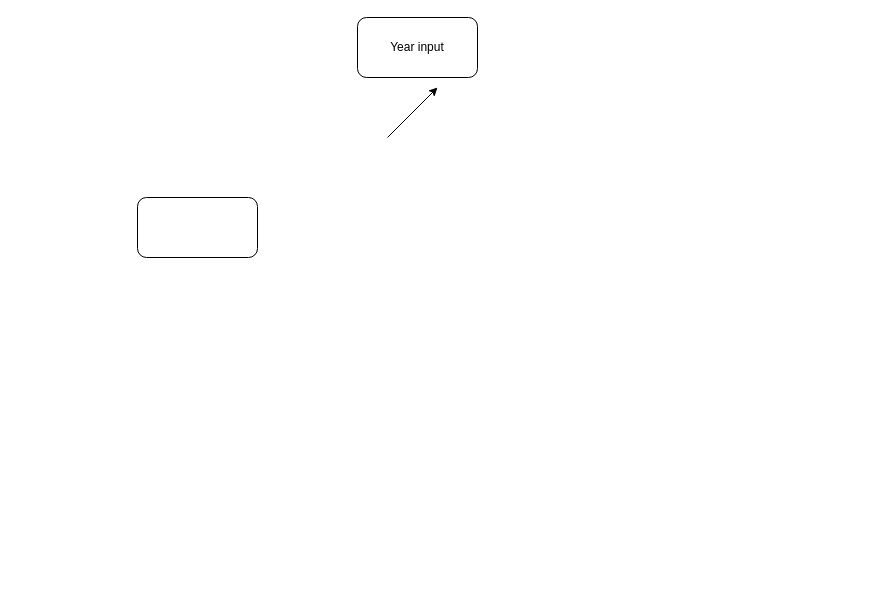
This is Untitled Diagram.drawio from hoangvo138/Leap-year-Identifier, a draw.io file, before an edit. Source tidied: cells renumbered, new cells numbered last; positions are measured from the earlier drawing's top-left corner, leaving out a move shared by most shapes. Both pictures are drawn from the tidied source at 100%, with x=0, y=0 at pixel (137, 17).
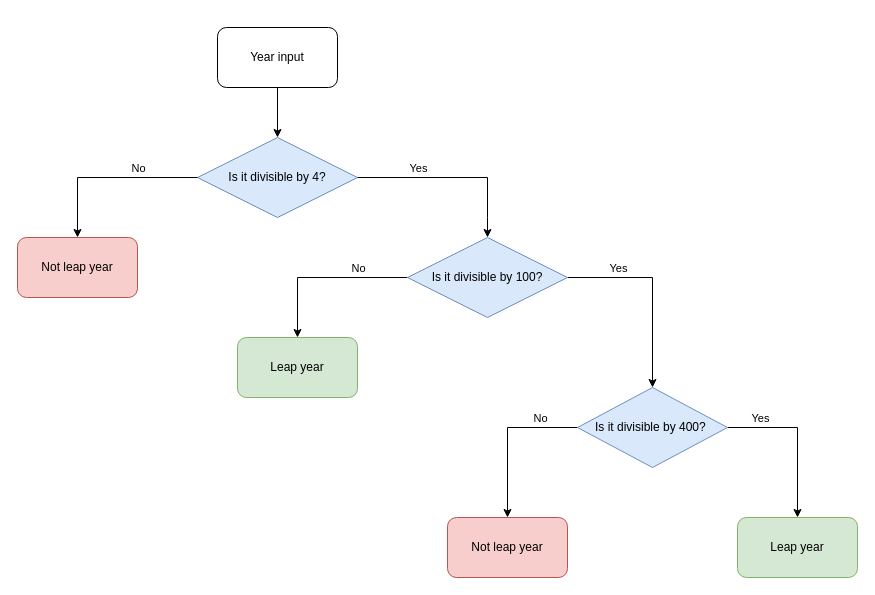
The same page after the edit.

Commit message:
Leap year flow chart

Diff of the diagram source:
```diff
@@
     <mxCell id="2" value="Year input" style="rounded=1;whiteSpace=wrap;html=1;" parent="1" vertex="1">
-      <mxGeometry x="220" width="120" height="60" as="geometry" />
+      <mxGeometry x="80" y="10" width="120" height="60" as="geometry" />
     </mxCell>
-    <mxCell id="3" style="rounded=1;whiteSpace=wrap;html=1;" parent="1" vertex="1">
-      <mxGeometry y="180" width="120" height="60" as="geometry" />
+    <mxCell id="3" value="Not leap year" style="rounded=1;whiteSpace=wrap;html=1;fillColor=#f8cecc;strokeColor=#b85450;" parent="1" vertex="1">
+      <mxGeometry x="-120" y="220" width="120" height="60" as="geometry" />
     </mxCell>
-    <mxCell id="4" style="endArrow=classic;html=1;rounded=0;" parent="1" edge="1">
-      <mxGeometry relative="1" as="geometry">
-        <mxPoint x="250" y="120" as="sourcePoint" />
-        <mxPoint x="300" y="70" as="targetPoint" />
-      </mxGeometry>
-    </mxCell>
+    <mxCell id="5" value="Is it divisible by 4?" style="rhombus;whiteSpace=wrap;html=1;fillColor=#dae8fc;strokeColor=#6c8ebf;" parent="1" vertex="1">
+      <mxGeometry x="60" y="120" width="160" height="80" as="geometry" />
+    </mxCell>
+    <mxCell id="6" style="endArrow=classic;html=1;rounded=0;exitX=0.5;exitY=1;exitDx=0;exitDy=0;" parent="1" edge="1" source="2" target="5">
+      <mxGeometry relative="1" as="geometry" />
+    </mxCell>
+    <mxCell id="7" style="endArrow=classic;html=1;rounded=0;exitX=0;exitY=0.5;exitDx=0;exitDy=0;entryX=0.5;entryY=0;entryDx=0;entryDy=0;" parent="1" edge="1" source="5" target="3">
+      <mxGeometry relative="1" as="geometry">
+        <Array as="points">
+          <mxPoint x="-60" y="160" />
+        </Array>
+      </mxGeometry>
+    </mxCell>
+    <mxCell id="8" value="No" style="edgeLabel;html=1;align=center;verticalAlign=middle;" parent="7" vertex="1">
+      <mxGeometry x="-0.12" y="-2" relative="1" as="geometry">
+        <mxPoint x="19" y="-8" as="offset" />
+      </mxGeometry>
+    </mxCell>
+    <mxCell id="9" style="edgeStyle=orthogonalEdgeStyle;rounded=0;jettySize=auto;html=1;exitX=0;exitY=0.5;exitDx=0;exitDy=0;entryX=0.5;entryY=0;entryDx=0;entryDy=0;" parent="1" edge="1" source="13" target="16">
+      <mxGeometry relative="1" as="geometry">
+        <Array as="points">
+          <mxPoint x="160" y="260" />
+        </Array>
+      </mxGeometry>
+    </mxCell>
+    <mxCell id="10" value="No" style="edgeLabel;html=1;align=center;verticalAlign=middle;" parent="9" vertex="1">
+      <mxGeometry x="-0.22" y="-2" relative="1" as="geometry">
+        <mxPoint x="16" y="-8" as="offset" />
+      </mxGeometry>
+    </mxCell>
+    <mxCell id="11" style="edgeStyle=orthogonalEdgeStyle;rounded=0;jettySize=auto;html=1;entryX=0.5;entryY=0;entryDx=0;entryDy=0;" parent="1" edge="1" source="13" target="21">
+      <mxGeometry relative="1" as="geometry" />
+    </mxCell>
+    <mxCell id="12" value="Yes" style="edgeLabel;html=1;align=center;verticalAlign=middle;" parent="11" vertex="1">
+      <mxGeometry x="-0.66" y="3" relative="1" as="geometry">
+        <mxPoint x="17" y="-7" as="offset" />
+      </mxGeometry>
+    </mxCell>
+    <mxCell id="13" value="Is it divisible by 100?" style="rhombus;whiteSpace=wrap;html=1;fillColor=#dae8fc;strokeColor=#6c8ebf;" parent="1" vertex="1">
+      <mxGeometry x="270" y="220" width="160" height="80" as="geometry" />
+    </mxCell>
+    <mxCell id="14" style="endArrow=classic;html=1;rounded=0;entryX=0.5;entryY=0;entryDx=0;entryDy=0;exitX=1;exitY=0.5;exitDx=0;exitDy=0;" parent="1" edge="1" source="5" target="13">
+      <mxGeometry relative="1" as="geometry">
+        <Array as="points">
+          <mxPoint x="350" y="160" />
+          <mxPoint x="350" y="200" />
+        </Array>
+      </mxGeometry>
+    </mxCell>
+    <mxCell id="15" value="Yes" style="edgeLabel;html=1;align=center;verticalAlign=middle;" parent="14" vertex="1">
+      <mxGeometry x="0.21" relative="1" as="geometry">
+        <mxPoint x="-55" y="-10" as="offset" />
+      </mxGeometry>
+    </mxCell>
+    <mxCell id="16" value="Leap year" style="rounded=1;whiteSpace=wrap;html=1;fillColor=#d5e8d4;strokeColor=#82b366;" parent="1" vertex="1">
+      <mxGeometry x="100" y="320" width="120" height="60" as="geometry" />
+    </mxCell>
+    <mxCell id="17" style="edgeStyle=orthogonalEdgeStyle;rounded=0;jettySize=auto;html=1;" parent="1" edge="1" source="21" target="22">
+      <mxGeometry relative="1" as="geometry" />
+    </mxCell>
+    <mxCell id="18" value="No" style="edgeLabel;html=1;align=center;verticalAlign=middle;" parent="17" vertex="1">
+      <mxGeometry x="-0.53" relative="1" as="geometry">
+        <mxPoint y="-10" as="offset" />
+      </mxGeometry>
+    </mxCell>
+    <mxCell id="19" style="edgeStyle=orthogonalEdgeStyle;rounded=0;jettySize=auto;html=1;entryX=0.5;entryY=0;entryDx=0;entryDy=0;" parent="1" edge="1" source="21" target="23">
+      <mxGeometry relative="1" as="geometry" />
+    </mxCell>
+    <mxCell id="20" value="Yes" style="edgeLabel;html=1;align=center;verticalAlign=middle;rotation=0;" parent="19" vertex="1">
+      <mxGeometry x="-0.6" relative="1" as="geometry">
+        <mxPoint y="-10" as="offset" />
+      </mxGeometry>
+    </mxCell>
+    <mxCell id="21" value="Is it divisible by 400?&amp;nbsp;" style="rhombus;whiteSpace=wrap;html=1;fillColor=#dae8fc;strokeColor=#6c8ebf;" parent="1" vertex="1">
+      <mxGeometry x="440" y="370" width="150" height="80" as="geometry" />
+    </mxCell>
+    <mxCell id="22" value="Not leap year" style="rounded=1;whiteSpace=wrap;html=1;fillColor=#f8cecc;strokeColor=#b85450;" parent="1" vertex="1">
+      <mxGeometry x="310" y="500" width="120" height="60" as="geometry" />
+    </mxCell>
+    <mxCell id="23" value="Leap year" style="rounded=1;whiteSpace=wrap;html=1;fillColor=#d5e8d4;strokeColor=#82b366;" parent="1" vertex="1">
+      <mxGeometry x="600" y="500" width="120" height="60" as="geometry" />
+    </mxCell>
```
